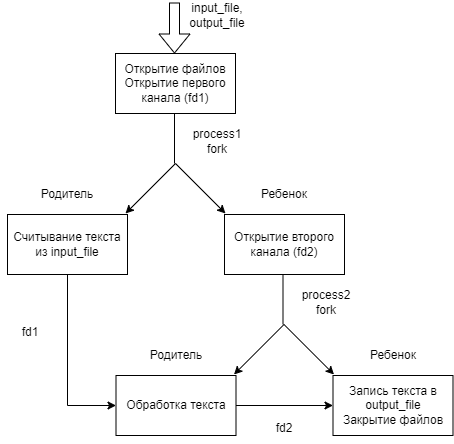
Before: idz1/4/schema/schema4.drawio.png, a diagram exported from draw.io (KobyzevIlya/OS). Source tidied: cells renumbered, new cells last; positions are measured from the earlier drawing's top-left corner, leaving out a move shared by most shapes.
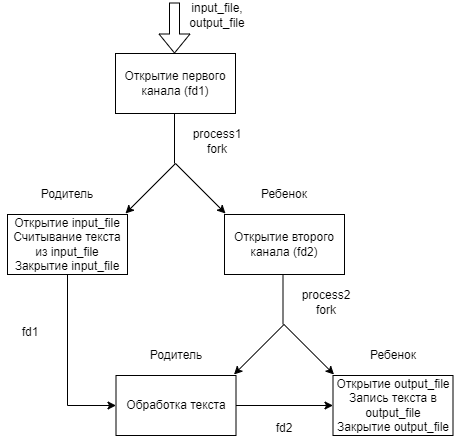
The same diagram one commit later.

Diff of the diagram source:
```diff
@@ -2,7 +2,7 @@
   <root>
     <mxCell id="0" />
     <mxCell id="1" parent="0" />
-    <mxCell id="2" value="Открытие файлов&lt;br&gt;Открытие первого канала (fd1)" style="rounded=0;whiteSpace=wrap;html=1;" parent="1" vertex="1">
+    <mxCell id="2" value="Открытие первого канала (fd1)" style="rounded=0;whiteSpace=wrap;html=1;" parent="1" vertex="1">
       <mxGeometry x="115" y="53" width="120" height="60" as="geometry" />
     </mxCell>
     <mxCell id="3" style="shape=flexArrow;endArrow=classic;html=1;rounded=0;" parent="1" edge="1">
@@ -38,7 +38,7 @@
     <mxCell id="9" style="edgeStyle=orthogonalEdgeStyle;rounded=0;jettySize=auto;html=1;entryX=0;entryY=0.5;entryDx=0;entryDy=0;" parent="1" edge="1" source="10" target="19">
       <mxGeometry relative="1" as="geometry" />
     </mxCell>
-    <mxCell id="10" value="Считывание текста из input_file" style="rounded=0;whiteSpace=wrap;html=1;" parent="1" vertex="1">
+    <mxCell id="10" value="Открытие input_file&lt;br&gt;Считывание текста из input_file&lt;br&gt;Закрытие input_file" style="rounded=0;whiteSpace=wrap;html=1;" parent="1" vertex="1">
       <mxGeometry x="7" y="214" width="120" height="60" as="geometry" />
     </mxCell>
     <mxCell id="11" value="Открытие второго канала (fd2)" style="rounded=0;whiteSpace=wrap;html=1;" parent="1" vertex="1">
@@ -77,7 +77,7 @@
     <mxCell id="19" value="Обработка текста" style="rounded=0;whiteSpace=wrap;html=1;" parent="1" vertex="1">
       <mxGeometry x="115.5" y="375" width="120" height="60" as="geometry" />
     </mxCell>
-    <mxCell id="20" value="Запись текста в output_file&lt;br&gt;Закрытие файлов" style="rounded=0;whiteSpace=wrap;html=1;" parent="1" vertex="1">
+    <mxCell id="20" value="Открытие output_file&lt;br&gt;Запись текста в output_file&lt;br&gt;Закрытие output_file" style="rounded=0;whiteSpace=wrap;html=1;" parent="1" vertex="1">
       <mxGeometry x="332.5" y="375" width="120" height="60" as="geometry" />
     </mxCell>
     <mxCell id="21" value="Родитель" style="text;strokeColor=none;align=center;fillColor=none;html=1;verticalAlign=middle;whiteSpace=wrap;rounded=0;" parent="1" vertex="1">
```
